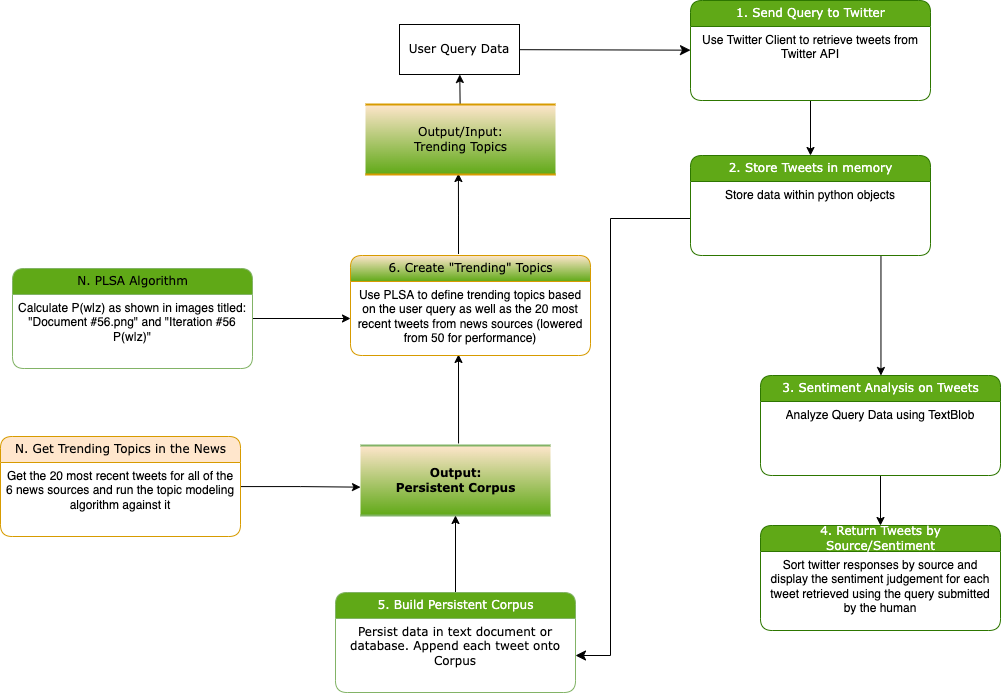
Earlier version of the draw.io export .docs/Process Model.png (PeterWJefferson/CourseProject). Source tidied: cells renumbered, new cells last; positions are measured from the earlier drawing's top-left corner, leaving out a move shared by most shapes.
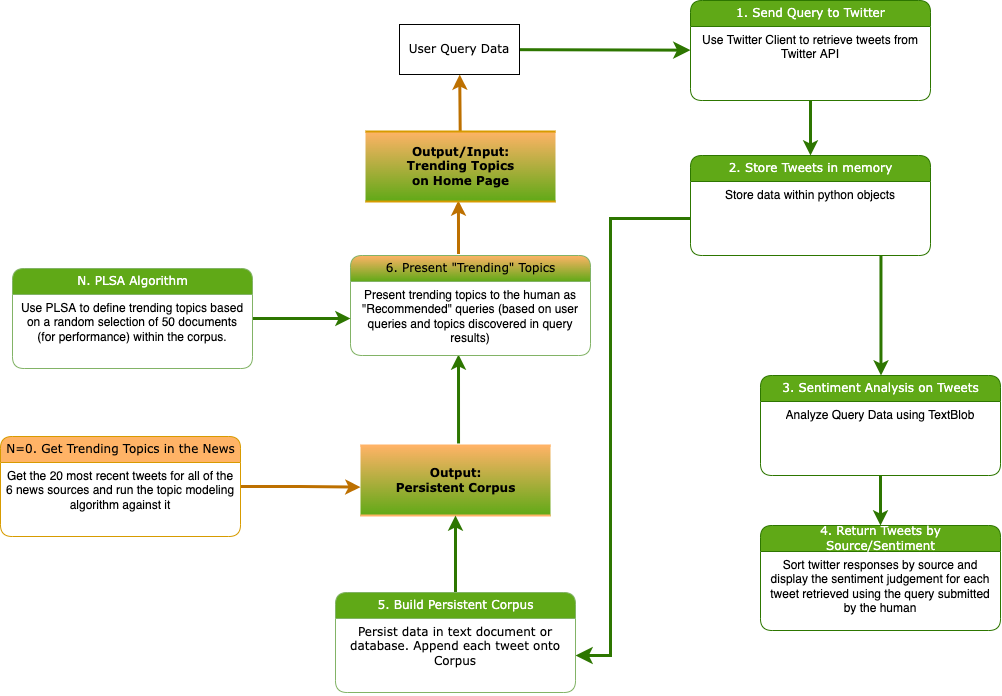
The same diagram one commit later.

Commit message:
docs: updates process model

What changed in the source:
```diff
@@ -2,22 +2,22 @@
   <root>
     <mxCell id="0" />
     <mxCell id="1" parent="0" />
-    <mxCell id="2" style="edgeStyle=orthogonalEdgeStyle;rounded=0;jettySize=auto;html=1;exitX=0.516;exitY=-0.029;exitDx=0;exitDy=0;exitPerimeter=0;entryX=0.45;entryY=0.986;entryDx=0;entryDy=0;entryPerimeter=0;" parent="1" edge="1" source="3" target="21">
+    <mxCell id="2" style="edgeStyle=orthogonalEdgeStyle;rounded=0;jettySize=auto;html=1;exitX=0.516;exitY=-0.029;exitDx=0;exitDy=0;exitPerimeter=0;entryX=0.45;entryY=0.986;entryDx=0;entryDy=0;entryPerimeter=0;strokeWidth=3;fillColor=#60a917;strokeColor=#2D7600;" parent="1" edge="1" source="3" target="21">
       <mxGeometry relative="1" as="geometry" />
     </mxCell>
-    <mxCell id="3" value="&lt;b&gt;Output:&lt;br&gt;Persistent Corpus&lt;/b&gt;" style="html=1;rounded=0;shadow=0;comic=0;labelBackgroundColor=none;strokeWidth=2;fontFamily=Verdana;fontSize=12;align=center;shape=mxgraph.ios7ui.horLines;fillColor=#60A917;strokeColor=#82B366;gradientColor=#FFE6CC;gradientDirection=north;" parent="1" vertex="1">
+    <mxCell id="3" value="&lt;b&gt;Output:&lt;br&gt;Persistent Corpus&lt;/b&gt;" style="html=1;rounded=0;shadow=0;comic=0;labelBackgroundColor=none;strokeWidth=2;fontFamily=Verdana;fontSize=12;align=center;shape=mxgraph.ios7ui.horLines;fillColor=#60A917;strokeColor=#FFB366;gradientColor=#FFB366;gradientDirection=north;" parent="1" vertex="1">
       <mxGeometry x="360" y="445" width="190" height="70" as="geometry" />
     </mxCell>
-    <mxCell id="4" style="html=1;labelBackgroundColor=none;startFill=0;startSize=8;endFill=1;endSize=8;fontFamily=Verdana;fontSize=12;" parent="1" edge="1" source="6" target="9">
+    <mxCell id="4" style="html=1;labelBackgroundColor=none;startFill=0;startSize=8;endFill=1;endSize=8;fontFamily=Verdana;fontSize=12;fillColor=#60a917;strokeColor=#2D7600;rounded=0;strokeWidth=3;" parent="1" edge="1" source="6" target="9">
       <mxGeometry relative="1" as="geometry" />
     </mxCell>
-    <mxCell id="5" style="edgeStyle=none;html=1;startArrow=classic;startFill=1;endArrow=none;endFill=0;" parent="1" edge="1" source="6" target="22">
+    <mxCell id="5" style="edgeStyle=none;html=1;startArrow=classic;startFill=1;endArrow=none;endFill=0;fillColor=#f0a30a;strokeColor=#BD7000;strokeWidth=3;" parent="1" edge="1" source="6" target="22">
       <mxGeometry relative="1" as="geometry" />
     </mxCell>
     <mxCell id="6" value="User Query Data" style="whiteSpace=wrap;html=1;rounded=0;shadow=0;comic=0;labelBackgroundColor=none;strokeWidth=1;fontFamily=Verdana;fontSize=12;align=center;" parent="1" vertex="1">
       <mxGeometry x="399" y="24" width="120" height="50" as="geometry" />
     </mxCell>
-    <mxCell id="7" style="edgeStyle=elbowEdgeStyle;html=1;labelBackgroundColor=none;startFill=0;startSize=8;endFill=1;endSize=8;fontFamily=Verdana;fontSize=12;rounded=0;exitX=0;exitY=0.5;exitDx=0;exitDy=0;" parent="1" edge="1" source="18" target="25">
+    <mxCell id="7" style="edgeStyle=elbowEdgeStyle;html=1;labelBackgroundColor=none;startFill=0;startSize=8;endFill=1;endSize=8;fontFamily=Verdana;fontSize=12;rounded=0;exitX=0;exitY=0.5;exitDx=0;exitDy=0;strokeWidth=3;fillColor=#60a917;strokeColor=#2D7600;" parent="1" edge="1" source="18" target="25">
       <mxGeometry relative="1" as="geometry">
         <Array as="points">
           <mxPoint x="610" y="245" />
@@ -26,7 +26,7 @@
         </Array>
       </mxGeometry>
     </mxCell>
-    <mxCell id="8" style="edgeStyle=orthogonalEdgeStyle;rounded=0;jettySize=auto;html=1;entryX=0.5;entryY=0;entryDx=0;entryDy=0;startArrow=none;startFill=0;endArrow=classic;endFill=1;" parent="1" edge="1" source="9" target="17">
+    <mxCell id="8" style="edgeStyle=orthogonalEdgeStyle;rounded=0;jettySize=auto;html=1;entryX=0.5;entryY=0;entryDx=0;entryDy=0;startArrow=none;startFill=0;endArrow=classic;endFill=1;strokeWidth=3;fillColor=#60a917;strokeColor=#2D7600;" parent="1" edge="1" source="9" target="17">
       <mxGeometry relative="1" as="geometry" />
     </mxCell>
     <mxCell id="9" value="1. Send Query to Twitter" style="swimlane;html=1;fontStyle=0;horizontal=1;startSize=26;fillColor=#60a917;swimlaneFillColor=#ffffff;align=center;rounded=1;shadow=0;comic=0;labelBackgroundColor=none;strokeWidth=1;fontFamily=Verdana;fontSize=12;strokeColor=#2D7600;fontColor=#ffffff;" parent="1" vertex="1">
@@ -35,7 +35,7 @@
     <mxCell id="10" value="Use Twitter Client to retrieve tweets from Twitter API" style="text;html=1;strokeColor=none;fillColor=none;spacingLeft=4;spacingRight=4;whiteSpace=wrap;overflow=hidden;align=center;" parent="9" vertex="1">
       <mxGeometry y="26" width="240" height="74" as="geometry" />
     </mxCell>
-    <mxCell id="11" style="edgeStyle=orthogonalEdgeStyle;rounded=0;jettySize=auto;html=1;entryX=0.5;entryY=0;entryDx=0;entryDy=0;" parent="1" edge="1" source="12" target="14">
+    <mxCell id="11" style="edgeStyle=orthogonalEdgeStyle;rounded=0;jettySize=auto;html=1;entryX=0.5;entryY=0;entryDx=0;entryDy=0;strokeWidth=3;fillColor=#60a917;strokeColor=#2D7600;" parent="1" edge="1" source="12" target="14">
       <mxGeometry relative="1" as="geometry" />
     </mxCell>
     <mxCell id="12" value="3. Sentiment Analysis on Tweets" style="swimlane;html=1;fontStyle=0;horizontal=1;startSize=26;fillColor=#60a917;swimlaneFillColor=#ffffff;align=center;rounded=1;shadow=0;comic=0;labelBackgroundColor=none;strokeWidth=1;fontFamily=Verdana;fontSize=12;fontColor=#ffffff;strokeColor=#2D7600;" parent="1" vertex="1">
@@ -50,7 +50,7 @@
     <mxCell id="15" value="Sort twitter responses by source and display the sentiment judgement for each tweet retrieved using the query submitted by the human" style="text;html=1;strokeColor=none;fillColor=none;spacingLeft=4;spacingRight=4;whiteSpace=wrap;overflow=hidden;align=center;" parent="14" vertex="1">
       <mxGeometry y="26" width="240" height="74" as="geometry" />
     </mxCell>
-    <mxCell id="16" style="edgeStyle=elbowEdgeStyle;rounded=0;jettySize=auto;html=1;entryX=0.5;entryY=0;entryDx=0;entryDy=0;startArrow=none;startFill=0;endArrow=classic;endFill=1;" parent="1" edge="1" source="17" target="12">
+    <mxCell id="16" style="edgeStyle=elbowEdgeStyle;rounded=0;jettySize=auto;html=1;entryX=0.5;entryY=0;entryDx=0;entryDy=0;startArrow=none;startFill=0;endArrow=classic;endFill=1;strokeWidth=3;fillColor=#60a917;strokeColor=#2D7600;" parent="1" edge="1" source="17" target="12">
       <mxGeometry relative="1" as="geometry" />
     </mxCell>
     <mxCell id="17" value="2. Store Tweets in memory" style="swimlane;html=1;fontStyle=0;horizontal=1;startSize=26;fillColor=#60a917;swimlaneFillColor=#ffffff;align=center;rounded=1;shadow=0;comic=0;labelBackgroundColor=none;strokeWidth=1;fontFamily=Verdana;fontSize=12;fontColor=#ffffff;strokeColor=#2D7600;" parent="1" vertex="1">
@@ -59,19 +59,19 @@
     <mxCell id="18" value="Store data within python objects" style="text;html=1;strokeColor=none;fillColor=none;spacingLeft=4;spacingRight=4;whiteSpace=wrap;overflow=hidden;points=[[0,0.5],[1,0.5]];portConstraint=eastwest;align=center;" parent="17" vertex="1">
       <mxGeometry y="26" width="240" height="74" as="geometry" />
     </mxCell>
-    <mxCell id="19" style="edgeStyle=orthogonalEdgeStyle;rounded=0;jettySize=auto;html=1;entryX=0.489;entryY=0.986;entryDx=0;entryDy=0;entryPerimeter=0;exitX=0.45;exitY=-0.015;exitDx=0;exitDy=0;exitPerimeter=0;" parent="1" edge="1" source="20" target="22">
+    <mxCell id="19" style="edgeStyle=orthogonalEdgeStyle;rounded=0;jettySize=auto;html=1;entryX=0.489;entryY=0.986;entryDx=0;entryDy=0;entryPerimeter=0;exitX=0.45;exitY=-0.015;exitDx=0;exitDy=0;exitPerimeter=0;fillColor=#f0a30a;strokeColor=#BD7000;strokeWidth=3;" parent="1" edge="1" source="20" target="22">
       <mxGeometry relative="1" as="geometry" />
     </mxCell>
-    <mxCell id="20" value="6. Create &quot;Trending&quot; Topics" style="swimlane;html=1;fontStyle=0;horizontal=1;startSize=26;fillColor=#ffe6cc;swimlaneFillColor=#ffffff;align=center;rounded=1;shadow=0;comic=0;labelBackgroundColor=none;strokeWidth=1;fontFamily=Verdana;fontSize=12;strokeColor=#d79b00;gradientColor=#60A917;" parent="1" vertex="1">
+    <mxCell id="20" value="6. Present &quot;Trending&quot; Topics" style="swimlane;html=1;fontStyle=0;horizontal=1;startSize=26;fillColor=#FFB366;swimlaneFillColor=#ffffff;align=center;rounded=1;shadow=0;comic=0;labelBackgroundColor=none;strokeWidth=1;fontFamily=Verdana;fontSize=12;strokeColor=#82B366;gradientColor=#60A917;" parent="1" vertex="1">
       <mxGeometry x="350" y="255" width="240" height="100" as="geometry" />
     </mxCell>
-    <mxCell id="21" value="Use PLSA to define trending topics based on the user query as well as the 20 most recent tweets from news sources (lowered from 50 for performance)" style="text;html=1;strokeColor=none;fillColor=none;spacingLeft=4;spacingRight=4;whiteSpace=wrap;overflow=hidden;points=[[0,0.5],[1,0.5]];portConstraint=eastwest;align=center;" parent="20" vertex="1">
+    <mxCell id="21" value="Present trending topics to the human as &quot;Recommended&quot; queries (based on user queries and topics discovered in query results)" style="text;html=1;strokeColor=none;fillColor=none;spacingLeft=4;spacingRight=4;whiteSpace=wrap;overflow=hidden;points=[[0,0.5],[1,0.5]];portConstraint=eastwest;align=center;" parent="20" vertex="1">
       <mxGeometry y="26" width="240" height="74" as="geometry" />
     </mxCell>
-    <mxCell id="22" value="Output/Input:&lt;br&gt;Trending Topics" style="html=1;rounded=0;shadow=0;comic=0;labelBackgroundColor=none;strokeWidth=2;fontFamily=Verdana;fontSize=12;align=center;shape=mxgraph.ios7ui.horLines;fillColor=#ffe6cc;strokeColor=#d79b00;gradientColor=#60A917;" parent="1" vertex="1">
-      <mxGeometry x="365" y="104" width="190" height="70" as="geometry" />
+    <mxCell id="22" value="&lt;b&gt;Output/Input:&lt;br&gt;Trending Topics&lt;br&gt;on Home Page&lt;/b&gt;" style="html=1;rounded=0;shadow=0;comic=0;labelBackgroundColor=none;strokeWidth=2;fontFamily=Verdana;fontSize=12;align=center;shape=mxgraph.ios7ui.horLines;fillColor=#FFB366;strokeColor=#d79b00;gradientColor=#60A917;" parent="1" vertex="1">
+      <mxGeometry x="365" y="131" width="190" height="70" as="geometry" />
     </mxCell>
-    <mxCell id="23" style="edgeStyle=orthogonalEdgeStyle;html=1;" parent="1" edge="1" source="24" target="3">
+    <mxCell id="23" style="edgeStyle=orthogonalEdgeStyle;html=1;strokeWidth=3;fillColor=#60a917;strokeColor=#2D7600;" parent="1" edge="1" source="24" target="3">
       <mxGeometry relative="1" as="geometry" />
     </mxCell>
     <mxCell id="24" value="&lt;font color=&quot;#ffffff&quot;&gt;5. Build Persistent Corpus&lt;/font&gt;" style="swimlane;html=1;fontStyle=0;horizontal=1;startSize=26;fillColor=#60A917;swimlaneFillColor=#ffffff;align=center;rounded=1;shadow=0;comic=0;labelBackgroundColor=none;strokeWidth=1;fontFamily=Verdana;fontSize=12;strokeColor=#82b366;" parent="1" vertex="1">
@@ -80,22 +80,22 @@
     <mxCell id="25" value="&lt;span style=&quot;font-family: &amp;#34;verdana&amp;#34;&quot;&gt;Persist data in text&amp;nbsp;&lt;/span&gt;&lt;span style=&quot;font-family: &amp;#34;verdana&amp;#34;&quot;&gt;document or database. Append each tweet onto Corpus&lt;/span&gt;" style="text;html=1;strokeColor=none;fillColor=none;spacingLeft=4;spacingRight=4;whiteSpace=wrap;overflow=hidden;points=[[0,0.5],[1,0.5]];portConstraint=eastwest;align=center;" parent="24" vertex="1">
       <mxGeometry y="26" width="240" height="74" as="geometry" />
     </mxCell>
-    <mxCell id="26" style="edgeStyle=orthogonalEdgeStyle;html=1;rounded=0;entryX=0;entryY=0.595;entryDx=0;entryDy=0;entryPerimeter=0;" parent="1" edge="1" source="27" target="3">
+    <mxCell id="26" style="edgeStyle=orthogonalEdgeStyle;html=1;rounded=0;entryX=0;entryY=0.595;entryDx=0;entryDy=0;entryPerimeter=0;fillColor=#f0a30a;strokeColor=#BD7000;strokeWidth=3;" parent="1" edge="1" source="27" target="3">
       <mxGeometry relative="1" as="geometry" />
     </mxCell>
-    <mxCell id="27" value="N. Get Trending Topics in the News" style="swimlane;html=1;fontStyle=0;horizontal=1;startSize=26;fillColor=#ffe6cc;swimlaneFillColor=#ffffff;align=center;rounded=1;shadow=0;comic=0;labelBackgroundColor=none;strokeWidth=1;fontFamily=Verdana;fontSize=12;strokeColor=#d79b00;" parent="1" vertex="1">
+    <mxCell id="27" value="N=0. Get Trending Topics in the News" style="swimlane;html=1;fontStyle=0;horizontal=1;startSize=26;fillColor=#FFB366;swimlaneFillColor=#ffffff;align=center;rounded=1;shadow=0;comic=0;labelBackgroundColor=none;strokeWidth=1;fontFamily=Verdana;fontSize=12;strokeColor=#d79b00;" parent="1" vertex="1">
       <mxGeometry y="436" width="240" height="100" as="geometry" />
     </mxCell>
     <mxCell id="28" value="Get the 20 most recent tweets for all of the 6 news sources and run the topic modeling algorithm against it" style="text;html=1;strokeColor=none;fillColor=none;spacingLeft=4;spacingRight=4;whiteSpace=wrap;overflow=hidden;align=center;" parent="27" vertex="1">
       <mxGeometry y="26" width="240" height="74" as="geometry" />
     </mxCell>
-    <mxCell id="29" style="edgeStyle=orthogonalEdgeStyle;html=1;rounded=0;" parent="1" edge="1" source="30" target="21">
+    <mxCell id="29" style="edgeStyle=orthogonalEdgeStyle;html=1;rounded=0;strokeWidth=3;fillColor=#60a917;strokeColor=#2D7600;" parent="1" edge="1" source="30" target="21">
       <mxGeometry relative="1" as="geometry" />
     </mxCell>
-    <mxCell id="30" value="N. PLSA Algorithm" style="swimlane;html=1;fontStyle=0;horizontal=1;startSize=26;fillColor=#60A917;swimlaneFillColor=#ffffff;align=center;rounded=1;shadow=0;comic=0;labelBackgroundColor=none;strokeWidth=1;fontFamily=Verdana;fontSize=12;strokeColor=#82B366;" parent="1" vertex="1">
+    <mxCell id="30" value="&lt;font color=&quot;#ffffff&quot;&gt;N. PLSA Algorithm&lt;/font&gt;" style="swimlane;html=1;fontStyle=0;horizontal=1;startSize=26;fillColor=#60A917;swimlaneFillColor=#ffffff;align=center;rounded=1;shadow=0;comic=0;labelBackgroundColor=none;strokeWidth=1;fontFamily=Verdana;fontSize=12;strokeColor=#82B366;" parent="1" vertex="1">
       <mxGeometry x="12" y="268" width="240" height="100" as="geometry" />
     </mxCell>
-    <mxCell id="31" value="Calculate P(w|z) as shown in images titled: &quot;Document #56.png&quot; and &quot;Iteration #56 P(w|z)&quot;" style="text;html=1;strokeColor=none;fillColor=none;spacingLeft=4;spacingRight=4;whiteSpace=wrap;overflow=hidden;align=center;" parent="30" vertex="1">
+    <mxCell id="31" value="Use PLSA to define trending topics based on a random selection of 50 documents (for performance)&amp;nbsp;within the corpus." style="text;html=1;strokeColor=none;fillColor=none;spacingLeft=4;spacingRight=4;whiteSpace=wrap;overflow=hidden;align=center;" parent="30" vertex="1">
       <mxGeometry y="26" width="240" height="74" as="geometry" />
     </mxCell>
   </root>
```
